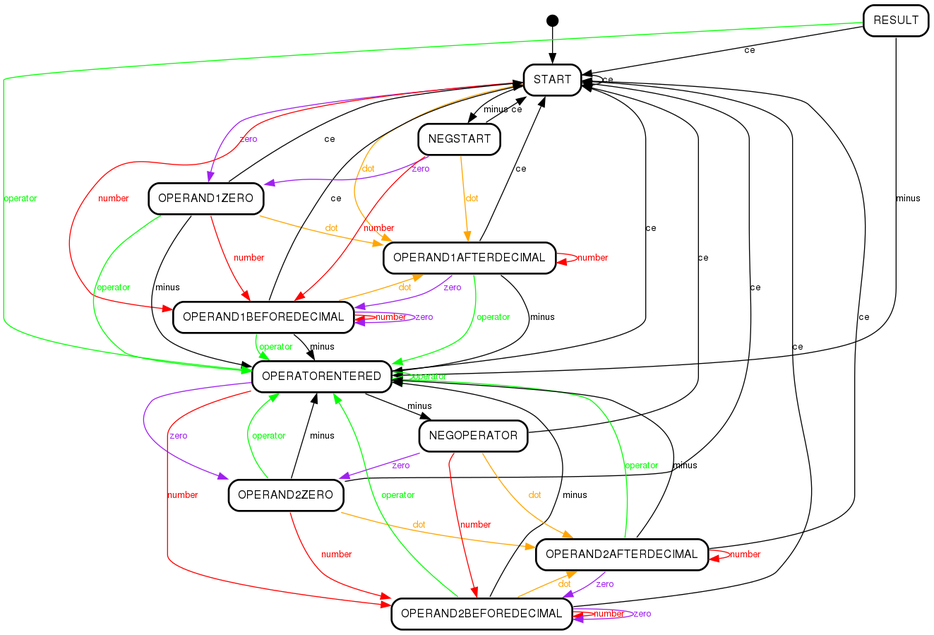
This is examples/calc/statecharts/graph.png from diegoperezm/simple-machine-config-xstate, a Graphviz export, as it was before one commit. Its source is kept beside it as examples/calc/statecharts/graph.dot.
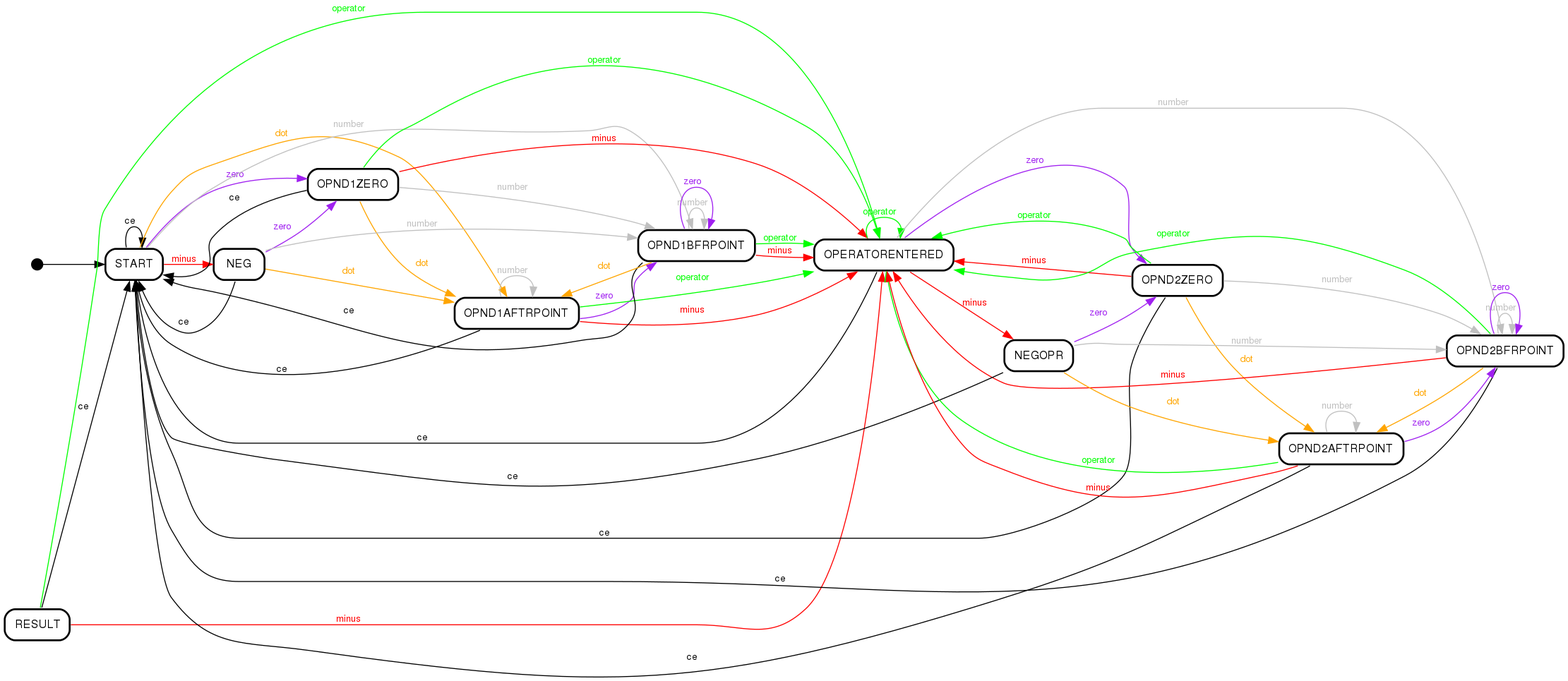
After the commit.

Commit message:
Modify diagram: names and script to look better.

The edit, as a diff of the source:
```diff
@@ -1,5 +1,5 @@
 digraph "state transitions" {
-  fontname="Helvetica" fontsize=12 penwidth=2.0 splines=true ordering=out compound=true overlap=scale nodesep=0.3 ranksep=0.1
+  fontname="Helvetica" fontsize=12 penwidth=2.0 splines=true ordering=out compound=true overlap=scale nodesep=0.3 ranksep=0.1 rankdir=LR
   node [shape=plaintext style=filled fillcolor=transparent fontname=Helvetica fontsize=12 penwidth=2.0]
   edge [fontname=Helvetica fontsize=10]
 
@@ -9,24 +9,24 @@
         <tr><td width="48" cellpadding="7">START</td></tr>
       </table>
     >]
-    "OPERAND1AFTERDECIMAL" [margin=0 label= <
+    "OPND1AFTRPOINT" [margin=0 label= <
       <table align="center" cellborder="0" border="2" style="rounded" width="48">
-        <tr><td width="48" cellpadding="7">OPERAND1AFTERDECIMAL</td></tr>
+        <tr><td width="48" cellpadding="7">OPND1AFTRPOINT</td></tr>
       </table>
     >]
-    "OPERAND1ZERO" [margin=0 label= <
+    "OPND1ZERO" [margin=0 label= <
       <table align="center" cellborder="0" border="2" style="rounded" width="48">
-        <tr><td width="48" cellpadding="7">OPERAND1ZERO</td></tr>
+        <tr><td width="48" cellpadding="7">OPND1ZERO</td></tr>
       </table>
     >]
-    "OPERAND1BEFOREDECIMAL" [margin=0 label= <
+    "OPND1BFRPOINT" [margin=0 label= <
       <table align="center" cellborder="0" border="2" style="rounded" width="48">
-        <tr><td width="48" cellpadding="7">OPERAND1BEFOREDECIMAL</td></tr>
+        <tr><td width="48" cellpadding="7">OPND1BFRPOINT</td></tr>
       </table>
     >]
-    "NEGSTART" [margin=0 label= <
+    "NEG" [margin=0 label= <
       <table align="center" cellborder="0" border="2" style="rounded" width="48">
-        <tr><td width="48" cellpadding="7">NEGSTART</td></tr>
+        <tr><td width="48" cellpadding="7">NEG</td></tr>
       </table>
     >]
     "RESULT" [margin=0 label= <
@@ -39,79 +39,79 @@
         <tr><td width="48" cellpadding="7">OPERATORENTERED</td></tr>
       </table>
     >]
-    "OPERAND2ZERO" [margin=0 label= <
+    "OPND2ZERO" [margin=0 label= <
       <table align="center" cellborder="0" border="2" style="rounded" width="48">
-        <tr><td width="48" cellpadding="7">OPERAND2ZERO</td></tr>
+        <tr><td width="48" cellpadding="7">OPND2ZERO</td></tr>
       </table>
     >]
-    "OPERAND2BEFOREDECIMAL" [margin=0 label= <
+    "OPND2BFRPOINT" [margin=0 label= <
       <table align="center" cellborder="0" border="2" style="rounded" width="48">
-        <tr><td width="48" cellpadding="7">OPERAND2BEFOREDECIMAL</td></tr>
+        <tr><td width="48" cellpadding="7">OPND2BFRPOINT</td></tr>
       </table>
     >]
-    "NEGOPERATOR" [margin=0 label= <
+    "NEGOPR" [margin=0 label= <
       <table align="center" cellborder="0" border="2" style="rounded" width="48">
-        <tr><td width="48" cellpadding="7">NEGOPERATOR</td></tr>
+        <tr><td width="48" cellpadding="7">NEGOPR</td></tr>
       </table>
     >]
-    "OPERAND2AFTERDECIMAL" [margin=0 label= <
+    "OPND2AFTRPOINT" [margin=0 label= <
       <table align="center" cellborder="0" border="2" style="rounded" width="48">
-        <tr><td width="48" cellpadding="7">OPERAND2AFTERDECIMAL</td></tr>
+        <tr><td width="48" cellpadding="7">OPND2AFTRPOINT</td></tr>
       </table>
     >]
 
-    "initial" -> "START" [label=" "]
-    "START" -> "OPERAND1AFTERDECIMAL" [fontcolor=orange color=orange label="dot   \l"]
-    "START" -> "OPERAND1ZERO" [fontcolor=purple color=purple label="zero   \l"]
-    "START" -> "OPERAND1BEFOREDECIMAL" [fontcolor=red color=red label="number   \l"]
-    "START" -> "NEGSTART" [label="minus   \l"]
-    "START" -> "START" [label="ce   \l"]
+    "initial" -> "START" [weight=20  label=" "]
+    "START" -> "OPND1AFTRPOINT" [fontcolor=orange color=orange label="dot   \l"]
+    "START" -> "OPND1ZERO" [fontcolor=purple color=purple label="zero   \l"]
+    "START" -> "OPND1BFRPOINT" [fontcolor=grey color=grey label="number   \l"]
+    "START" -> "NEG" [weight=20 fontcolor=red color=red label="minus   \l"]
+    "START" -> "START" [fontcolor=black color=black label="ce   \l"]
     "RESULT" -> "OPERATORENTERED" [fontcolor=green color=green label="operator   \l"]
-    "RESULT" -> "OPERATORENTERED" [label="minus   \l"]
-    "RESULT" -> "START" [label="ce   \l"]
-    "OPERAND1ZERO" -> "OPERATORENTERED" [fontcolor=green color=green label="operator   \l"]
-    "OPERAND1ZERO" -> "OPERATORENTERED" [label="minus   \l"]
-    "OPERAND1ZERO" -> "START" [label="ce   \l"]
-    "OPERAND1ZERO" -> "OPERAND1BEFOREDECIMAL" [fontcolor=red color=red label="number   \l"]
-    "OPERAND1ZERO" -> "OPERAND1AFTERDECIMAL" [fontcolor=orange color=orange label="dot   \l"]
-    "OPERAND1BEFOREDECIMAL" -> "START" [label="ce   \l"]
-    "OPERAND1BEFOREDECIMAL" -> "OPERATORENTERED" [fontcolor=green color=green label="operator   \l"]
-    "OPERAND1BEFOREDECIMAL" -> "OPERATORENTERED" [label="minus   \l"]
-    "OPERAND1BEFOREDECIMAL" -> "OPERAND1BEFOREDECIMAL" [fontcolor=red color=red label="number   \l"]
-    "OPERAND1BEFOREDECIMAL" -> "OPERAND1BEFOREDECIMAL" [fontcolor=purple color=purple label="zero   \l"]
-    "OPERAND1BEFOREDECIMAL" -> "OPERAND1AFTERDECIMAL" [fontcolor=orange color=orange label="dot   \l"]
-    "OPERAND1AFTERDECIMAL" -> "START" [label="ce   \l"]
-    "OPERAND1AFTERDECIMAL" -> "OPERATORENTERED" [fontcolor=green color=green label="operator   \l"]
-    "OPERAND1AFTERDECIMAL" -> "OPERATORENTERED" [label="minus   \l"]
-    "OPERAND1AFTERDECIMAL" -> "OPERAND1AFTERDECIMAL" [fontcolor=red color=red label="number   \l"]
-    "OPERAND1AFTERDECIMAL" -> "OPERAND1BEFOREDECIMAL" [fontcolor=purple color=purple label="zero   \l"]
-    "NEGSTART" -> "OPERAND1BEFOREDECIMAL" [fontcolor=red color=red label="number   \l"]
-    "NEGSTART" -> "OPERAND1ZERO" [fontcolor=purple color=purple label="zero   \l"]
-    "NEGSTART" -> "OPERAND1AFTERDECIMAL" [fontcolor=orange color=orange label="dot   \l"]
-    "NEGSTART" -> "START" [label="ce   \l"]
-    "OPERATORENTERED" -> "START" [label="ce   \l"]
-    "OPERATORENTERED" -> "OPERAND2ZERO" [fontcolor=purple color=purple label="zero   \l"]
-    "OPERATORENTERED" -> "OPERAND2BEFOREDECIMAL" [fontcolor=red color=red label="number   \l"]
+    "RESULT" -> "OPERATORENTERED" [fontcolor=red color=red label="minus   \l"]
+    "RESULT" -> "START" [fontcolor=black color=black label="ce   \l"]
+    "OPND1ZERO" -> "OPERATORENTERED" [fontcolor=green color=green label="operator   \l"]
+    "OPND1ZERO" -> "OPERATORENTERED" [fontcolor=red color=red label="minus   \l"]
+    "OPND1ZERO" -> "START" [fontcolor=black color=black label="ce   \l"]
+    "OPND1ZERO" -> "OPND1BFRPOINT" [fontcolor=grey color=grey label="number   \l"]
+    "OPND1ZERO" -> "OPND1AFTRPOINT" [fontcolor=orange color=orange label="dot   \l"]
+    "OPND1BFRPOINT" -> "START" [fontcolor=black color=black label="ce   \l"]
+    "OPND1BFRPOINT" -> "OPERATORENTERED" [fontcolor=green color=green label="operator   \l"]
+    "OPND1BFRPOINT" -> "OPERATORENTERED" [fontcolor=red color=red label="minus   \l"]
+    "OPND1BFRPOINT" -> "OPND1BFRPOINT" [fontcolor=grey color=grey label="number   \l"]
+    "OPND1BFRPOINT" -> "OPND1BFRPOINT" [fontcolor=purple color=purple label="zero   \l"]
+    "OPND1BFRPOINT" -> "OPND1AFTRPOINT" [fontcolor=orange color=orange label="dot   \l"]
+    "OPND1AFTRPOINT" -> "START" [fontcolor=black color=black label="ce   \l"]
+    "OPND1AFTRPOINT" -> "OPERATORENTERED" [fontcolor=green color=green label="operator   \l"]
+    "OPND1AFTRPOINT" -> "OPERATORENTERED" [fontcolor=red color=red label="minus   \l"]
+    "OPND1AFTRPOINT" -> "OPND1AFTRPOINT" [fontcolor=grey color=grey label="number   \l"]
+    "OPND1AFTRPOINT" -> "OPND1BFRPOINT" [fontcolor=purple color=purple label="zero   \l"]
+    "NEG" -> "OPND1BFRPOINT" [fontcolor=grey color=grey label="number   \l"]
+    "NEG" -> "OPND1ZERO" [fontcolor=purple color=purple label="zero   \l"]
+    "NEG" -> "OPND1AFTRPOINT" [fontcolor=orange color=orange label="dot   \l"]
+    "NEG" -> "START" [fontcolor=black color=black label="ce   \l"]
+    "OPERATORENTERED" -> "START" [fontcolor=black color=black label="ce   \l"]
+    "OPERATORENTERED" -> "OPND2ZERO" [fontcolor=purple color=purple label="zero   \l"]
+    "OPERATORENTERED" -> "OPND2BFRPOINT" [fontcolor=grey color=grey label="number   \l"]
     "OPERATORENTERED" -> "OPERATORENTERED" [fontcolor=green color=green label="operator   \l"]
-    "OPERATORENTERED" -> "NEGOPERATOR" [label="minus   \l"]
-    "NEGOPERATOR" -> "OPERAND2BEFOREDECIMAL" [fontcolor=red color=red label="number   \l"]
-    "NEGOPERATOR" -> "OPERAND2ZERO" [fontcolor=purple color=purple label="zero   \l"]
-    "NEGOPERATOR" -> "OPERAND2AFTERDECIMAL" [fontcolor=orange color=orange label="dot   \l"]
-    "NEGOPERATOR" -> "START" [label="ce   \l"]
-    "OPERAND2ZERO" -> "OPERATORENTERED" [fontcolor=green color=green label="operator   \l"]
-    "OPERAND2ZERO" -> "OPERATORENTERED" [label="minus   \l"]
-    "OPERAND2ZERO" -> "START" [label="ce   \l"]
-    "OPERAND2ZERO" -> "OPERAND2BEFOREDECIMAL" [fontcolor=red color=red label="number   \l"]
-    "OPERAND2ZERO" -> "OPERAND2AFTERDECIMAL" [fontcolor=orange color=orange label="dot   \l"]
-    "OPERAND2BEFOREDECIMAL" -> "START" [label="ce   \l"]
-    "OPERAND2BEFOREDECIMAL" -> "OPERATORENTERED" [fontcolor=green color=green label="operator   \l"]
-    "OPERAND2BEFOREDECIMAL" -> "OPERATORENTERED" [label="minus   \l"]
-    "OPERAND2BEFOREDECIMAL" -> "OPERAND2BEFOREDECIMAL" [fontcolor=red color=red label="number   \l"]
-    "OPERAND2BEFOREDECIMAL" -> "OPERAND2BEFOREDECIMAL" [fontcolor=purple color=purple label="zero   \l"]
-    "OPERAND2BEFOREDECIMAL" -> "OPERAND2AFTERDECIMAL" [fontcolor=orange color=orange label="dot   \l"]
-    "OPERAND2AFTERDECIMAL" -> "START" [label="ce   \l"]
-    "OPERAND2AFTERDECIMAL" -> "OPERATORENTERED" [fontcolor=green color=green label="operator   \l"]
-    "OPERAND2AFTERDECIMAL" -> "OPERATORENTERED" [label="minus   \l"]
-    "OPERAND2AFTERDECIMAL" -> "OPERAND2AFTERDECIMAL" [fontcolor=red color=red label="number   \l"]
-    "OPERAND2AFTERDECIMAL" -> "OPERAND2BEFOREDECIMAL" [fontcolor=purple color=purple label="zero   \l"]
+    "OPERATORENTERED" -> "NEGOPR" [fontcolor=red color=red label="minus   \l"]
+    "NEGOPR" -> "OPND2BFRPOINT" [fontcolor=grey color=grey label="number   \l"]
+    "NEGOPR" -> "OPND2ZERO" [fontcolor=purple color=purple label="zero   \l"]
+    "NEGOPR" -> "OPND2AFTRPOINT" [fontcolor=orange color=orange label="dot   \l"]
+    "NEGOPR" -> "START" [fontcolor=black color=black label="ce   \l"]
+    "OPND2ZERO" -> "OPERATORENTERED" [fontcolor=green color=green label="operator   \l"]
+    "OPND2ZERO" -> "OPERATORENTERED" [fontcolor=red color=red label="minus   \l"]
+    "OPND2ZERO" -> "START" [fontcolor=black color=black label="ce   \l"]
+    "OPND2ZERO" -> "OPND2BFRPOINT" [fontcolor=grey color=grey label="number   \l"]
+    "OPND2ZERO" -> "OPND2AFTRPOINT" [fontcolor=orange color=orange label="dot   \l"]
+    "OPND2BFRPOINT" -> "START" [fontcolor=black color=black label="ce   \l"]
+    "OPND2BFRPOINT" -> "OPERATORENTERED" [fontcolor=green color=green label="operator   \l"]
+    "OPND2BFRPOINT" -> "OPERATORENTERED" [fontcolor=red color=red label="minus   \l"]
+    "OPND2BFRPOINT" -> "OPND2BFRPOINT" [fontcolor=grey color=grey label="number   \l"]
+    "OPND2BFRPOINT" -> "OPND2BFRPOINT" [fontcolor=purple color=purple label="zero   \l"]
+    "OPND2BFRPOINT" -> "OPND2AFTRPOINT" [fontcolor=orange color=orange label="dot   \l"]
+    "OPND2AFTRPOINT" -> "START" [fontcolor=black color=black label="ce   \l"]
+    "OPND2AFTRPOINT" -> "OPERATORENTERED" [fontcolor=green color=green label="operator   \l"]
+    "OPND2AFTRPOINT" -> "OPERATORENTERED" [fontcolor=red color=red label="minus   \l"]
+    "OPND2AFTRPOINT" -> "OPND2AFTRPOINT" [fontcolor=grey color=grey label="number   \l"]
+    "OPND2AFTRPOINT" -> "OPND2BFRPOINT" [fontcolor=purple color=purple label="zero   \l"]
 }
```
